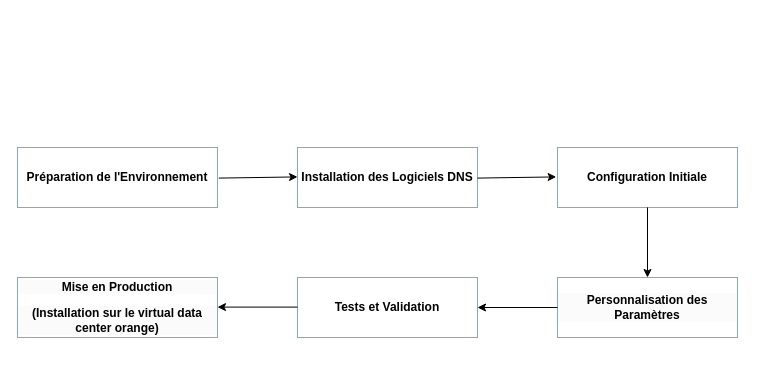
This is Installation&configuration.drawio from eya-harbaoui/Diagramms, a draw.io file, before an edit. Source tidied: cells renumbered, new cells numbered last; positions are measured from the earlier drawing's top-left corner, leaving out a move shared by most shapes. Both pictures are drawn from the tidied source at 100%, with x=0, y=0 at pixel (17, 17).
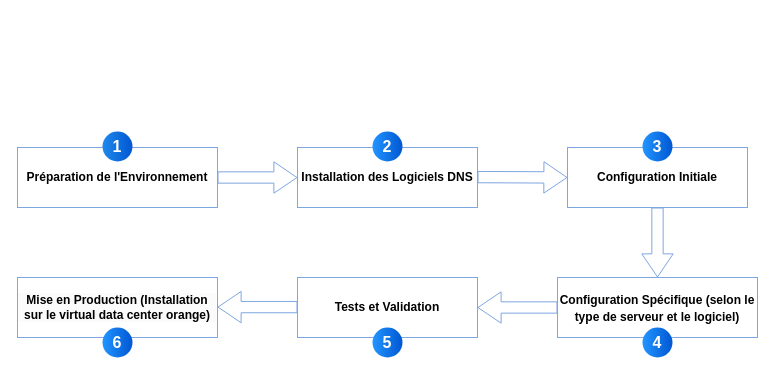
The same diagram, later.

Commit message (it also covers changes not shown here):
Mettre à jour Installation&configuration.drawio

The change refers to these unchanged cells:
```xml
<mxCell id="2" value="&lt;p&gt;&lt;strong&gt;Préparation de l'Environnement&lt;/strong&gt;&lt;/p&gt;" style="rounded=0;whiteSpace=wrap;html=1;strokeColor=#7EA6E0;" parent="1" vertex="1">
  <mxGeometry y="130" width="200" height="60" as="geometry" />
</mxCell>
<mxCell id="3" value="&lt;p&gt;&lt;strong&gt;Installation des Logiciels DNS&lt;/strong&gt;&lt;/p&gt;" style="rounded=0;whiteSpace=wrap;html=1;strokeColor=#7EA6E0;" parent="1" vertex="1">
  <mxGeometry x="280" y="130" width="180" height="60" as="geometry" />
</mxCell>
<mxCell id="7" value="&lt;p&gt;&lt;/p&gt;&lt;ul style=&quot;forced-color-adjust: none; color: rgb(0, 0, 0); font-family: Helvetica; font-size: 12px; font-style: normal; font-variant-ligatures: normal; font-variant-caps: normal; font-weight: 400; letter-spacing: normal; orphans: 2; text-align: left; text-indent: 0px; text-transform: none; widows: 2; word-spacing: 0px; -webkit-text-stroke-width: 0px; white-space: normal; background-color: rgb(251, 251, 251); text-decoration-thickness: initial; text-decoration-style: initial; text-decoration-color: initial;&quot;&gt;&lt;/ul&gt;&lt;p&gt;&lt;/p&gt;&lt;p&gt;&lt;strong&gt;Tests et Validation&lt;/strong&gt;&lt;/p&gt;" style="rounded=0;whiteSpace=wrap;html=1;strokeColor=#7EA6E0;" parent="1" vertex="1">
  <mxGeometry x="280" y="260" width="180" height="60" as="geometry" />
</mxCell>
```

Diff of the diagram source:
```diff
@@
     <mxCell id="4" value="&lt;p&gt;&lt;strong&gt;Configuration Initiale&lt;/strong&gt;&lt;/p&gt;" style="rounded=0;whiteSpace=wrap;html=1;strokeColor=#7EA6E0;" parent="1" vertex="1">
-      <mxGeometry x="540" y="130" width="180" height="60" as="geometry" />
+      <mxGeometry x="550" y="130" width="180" height="60" as="geometry" />
     </mxCell>
@@
-    <mxCell id="6" value="&lt;p&gt;&lt;/p&gt;&lt;ul style=&quot;forced-color-adjust: none; color: rgb(0, 0, 0); font-family: Helvetica; font-size: 12px; font-style: normal; font-variant-ligatures: normal; font-variant-caps: normal; font-weight: 400; letter-spacing: normal; orphans: 2; text-align: left; text-indent: 0px; text-transform: none; widows: 2; word-spacing: 0px; -webkit-text-stroke-width: 0px; white-space: normal; background-color: rgb(251, 251, 251); text-decoration-thickness: initial; text-decoration-style: initial; text-decoration-color: initial;&quot;&gt;&lt;/ul&gt;&lt;p&gt;&lt;/p&gt;&lt;p style=&quot;forced-color-adjust: none; color: rgb(0, 0, 0); font-family: Helvetica; font-size: 12px; font-style: normal; font-variant-ligatures: normal; font-variant-caps: normal; font-weight: 400; letter-spacing: normal; orphans: 2; text-indent: 0px; text-transform: none; widows: 2; word-spacing: 0px; -webkit-text-stroke-width: 0px; white-space: normal; background-color: rgb(251, 251, 251); text-decoration-thickness: initial; text-decoration-style: initial; text-decoration-color: initial;&quot;&gt;&lt;strong style=&quot;forced-color-adjust: none;&quot;&gt;Personnalisation des Paramètres&lt;/strong&gt;&lt;/p&gt;" style="rounded=0;whiteSpace=wrap;html=1;strokeColor=#7EA6E0;" parent="1" vertex="1">
-      <mxGeometry x="540" y="260" width="180" height="60" as="geometry" />
+    <mxCell id="6" value="&lt;p&gt;&lt;/p&gt;&lt;ul style=&quot;forced-color-adjust: none; color: rgb(0, 0, 0); font-family: Helvetica; font-size: 12px; font-style: normal; font-variant-ligatures: normal; font-variant-caps: normal; font-weight: 400; letter-spacing: normal; orphans: 2; text-align: left; text-indent: 0px; text-transform: none; widows: 2; word-spacing: 0px; -webkit-text-stroke-width: 0px; white-space: normal; background-color: rgb(251, 251, 251); text-decoration-thickness: initial; text-decoration-style: initial; text-decoration-color: initial;&quot;&gt;&lt;/ul&gt;&lt;p&gt;&lt;/p&gt;&lt;p style=&quot;forced-color-adjust: none; color: rgb(0, 0, 0); font-family: Helvetica; font-size: 12px; font-style: normal; font-variant-ligatures: normal; font-variant-caps: normal; font-weight: 400; letter-spacing: normal; orphans: 2; text-indent: 0px; text-transform: none; widows: 2; word-spacing: 0px; -webkit-text-stroke-width: 0px; white-space: normal; background-color: rgb(251, 251, 251); text-decoration-thickness: initial; text-decoration-style: initial; text-decoration-color: initial;&quot;&gt;&lt;/p&gt;&lt;p&gt;&lt;/p&gt;&lt;p&gt;&lt;/p&gt;&lt;h3&gt;&lt;strong&gt;&lt;font style=&quot;font-size: 12px;&quot;&gt;Configuration Spécifique (selon le type de serveur et le logiciel)&lt;/font&gt;&lt;/strong&gt;&lt;/h3&gt;" style="rounded=0;whiteSpace=wrap;html=1;strokeColor=#7EA6E0;" parent="1" vertex="1">
+      <mxGeometry x="540" y="260" width="200" height="60" as="geometry" />
     </mxCell>
@@
-    <mxCell id="8" value="&lt;p&gt;&lt;/p&gt;&lt;ul style=&quot;forced-color-adjust: none; color: rgb(0, 0, 0); font-family: Helvetica; font-size: 12px; font-style: normal; font-variant-ligatures: normal; font-variant-caps: normal; font-weight: 400; letter-spacing: normal; orphans: 2; text-align: left; text-indent: 0px; text-transform: none; widows: 2; word-spacing: 0px; -webkit-text-stroke-width: 0px; white-space: normal; background-color: rgb(251, 251, 251); text-decoration-thickness: initial; text-decoration-style: initial; text-decoration-color: initial;&quot;&gt;&lt;/ul&gt;&lt;p&gt;&lt;/p&gt;&lt;p&gt;&lt;/p&gt;&lt;ul style=&quot;forced-color-adjust: none; color: rgb(0, 0, 0); font-family: Helvetica; font-size: 12px; font-style: normal; font-variant-ligatures: normal; font-variant-caps: normal; font-weight: 400; letter-spacing: normal; orphans: 2; text-align: left; text-indent: 0px; text-transform: none; widows: 2; word-spacing: 0px; -webkit-text-stroke-width: 0px; white-space: normal; background-color: rgb(251, 251, 251); text-decoration-thickness: initial; text-decoration-style: initial; text-decoration-color: initial;&quot;&gt;&lt;/ul&gt;&lt;p&gt;&lt;/p&gt;&lt;p style=&quot;forced-color-adjust: none; color: rgb(0, 0, 0); font-family: Helvetica; font-size: 12px; font-style: normal; font-variant-ligatures: normal; font-variant-caps: normal; font-weight: 400; letter-spacing: normal; orphans: 2; text-indent: 0px; text-transform: none; widows: 2; word-spacing: 0px; -webkit-text-stroke-width: 0px; white-space: normal; background-color: rgb(251, 251, 251); text-decoration-thickness: initial; text-decoration-style: initial; text-decoration-color: initial;&quot;&gt;&lt;strong style=&quot;forced-color-adjust: none;&quot;&gt;Mise en Production&lt;/strong&gt;&lt;/p&gt;&lt;p style=&quot;forced-color-adjust: none; color: rgb(0, 0, 0); font-family: Helvetica; font-size: 12px; font-style: normal; font-variant-ligatures: normal; font-variant-caps: normal; font-weight: 400; letter-spacing: normal; orphans: 2; text-indent: 0px; text-transform: none; widows: 2; word-spacing: 0px; -webkit-text-stroke-width: 0px; white-space: normal; background-color: rgb(251, 251, 251); text-decoration-thickness: initial; text-decoration-style: initial; text-decoration-color: initial;&quot;&gt;&lt;strong style=&quot;forced-color-adjust: none;&quot;&gt;(Installation sur le virtual data center orange)&lt;/strong&gt;&lt;/p&gt;" style="rounded=0;whiteSpace=wrap;html=1;strokeColor=#7EA6E0;" parent="1" vertex="1">
+    <mxCell id="8" value="&lt;p&gt;&lt;/p&gt;&lt;ul style=&quot;forced-color-adjust: none; color: rgb(0, 0, 0); font-family: Helvetica; font-size: 12px; font-style: normal; font-variant-ligatures: normal; font-variant-caps: normal; font-weight: 400; letter-spacing: normal; orphans: 2; text-align: left; text-indent: 0px; text-transform: none; widows: 2; word-spacing: 0px; -webkit-text-stroke-width: 0px; white-space: normal; background-color: rgb(251, 251, 251); text-decoration-thickness: initial; text-decoration-style: initial; text-decoration-color: initial;&quot;&gt;&lt;/ul&gt;&lt;p&gt;&lt;/p&gt;&lt;p&gt;&lt;/p&gt;&lt;ul style=&quot;forced-color-adjust: none; color: rgb(0, 0, 0); font-family: Helvetica; font-size: 12px; font-style: normal; font-variant-ligatures: normal; font-variant-caps: normal; font-weight: 400; letter-spacing: normal; orphans: 2; text-align: left; text-indent: 0px; text-transform: none; widows: 2; word-spacing: 0px; -webkit-text-stroke-width: 0px; white-space: normal; background-color: rgb(251, 251, 251); text-decoration-thickness: initial; text-decoration-style: initial; text-decoration-color: initial;&quot;&gt;&lt;/ul&gt;&lt;p&gt;&lt;/p&gt;&lt;p style=&quot;forced-color-adjust: none; color: rgb(0, 0, 0); font-family: Helvetica; font-size: 12px; font-style: normal; font-variant-ligatures: normal; font-variant-caps: normal; font-weight: 400; letter-spacing: normal; orphans: 2; text-indent: 0px; text-transform: none; widows: 2; word-spacing: 0px; -webkit-text-stroke-width: 0px; white-space: normal; background-color: rgb(251, 251, 251); text-decoration-thickness: initial; text-decoration-style: initial; text-decoration-color: initial;&quot;&gt;&lt;strong style=&quot;forced-color-adjust: none;&quot;&gt;Mise en Production&amp;nbsp;&lt;/strong&gt;&lt;strong&gt;(Installation sur le virtual data center orange)&lt;/strong&gt;&lt;/p&gt;" style="rounded=0;whiteSpace=wrap;html=1;strokeColor=#7EA6E0;" parent="1" vertex="1">
       <mxGeometry y="260" width="200" height="60" as="geometry" />
     </mxCell>
-    <mxCell id="9" style="endArrow=classic;html=1;rounded=0;entryX=-0.007;entryY=0.379;entryDx=0;entryDy=0;entryPerimeter=0;" parent="1" edge="1">
-      <mxGeometry relative="1" as="geometry">
-        <mxPoint x="201.3" y="160.6" as="sourcePoint" />
-        <mxPoint x="280" y="159.4" as="targetPoint" />
-      </mxGeometry>
-    </mxCell>
-    <mxCell id="10" style="endArrow=classic;html=1;rounded=0;entryX=-0.007;entryY=0.379;entryDx=0;entryDy=0;entryPerimeter=0;" parent="1" edge="1">
-      <mxGeometry relative="1" as="geometry">
-        <mxPoint x="460" y="160.6" as="sourcePoint" />
-        <mxPoint x="538.7" y="159.4" as="targetPoint" />
-      </mxGeometry>
-    </mxCell>
+    <mxCell id="14" style="shape=flexArrow;endArrow=classic;html=1;rounded=0;exitX=1;exitY=0.5;exitDx=0;exitDy=0;entryX=0;entryY=0.5;entryDx=0;entryDy=0;width=11.304347826086957;endSize=7.373913043478262;endWidth=19.054820415879018;strokeColor=#7EA6E0;" parent="1" edge="1" source="2" target="3">
+      <mxGeometry relative="1" as="geometry" />
+    </mxCell>
+    <mxCell id="15" style="shape=flexArrow;endArrow=classic;html=1;rounded=0;exitX=1;exitY=0.5;exitDx=0;exitDy=0;entryX=0;entryY=0.5;entryDx=0;entryDy=0;width=11.304347826086957;endSize=7.373913043478262;endWidth=19.054820415879018;strokeColor=#7EA6E0;" parent="1" edge="1" target="4">
+      <mxGeometry relative="1" as="geometry">
+        <mxPoint x="460" y="159.6" as="sourcePoint" />
+      </mxGeometry>
+    </mxCell>
-    <mxCell id="11" style="endArrow=classic;html=1;rounded=0;entryX=0.5;entryY=0;entryDx=0;entryDy=0;exitX=0.5;exitY=1;exitDx=0;exitDy=0;" parent="1" edge="1" source="4" target="6">
+    <mxCell id="11" style="shape=flexArrow;endArrow=classic;html=1;rounded=0;exitX=0.5;exitY=1;exitDx=0;exitDy=0;entryX=0.5;entryY=0;entryDx=0;entryDy=0;width=11.304347826086957;endSize=7.373913043478262;endWidth=19.054820415879018;exitPerimeter=0;strokeColor=#7EA6E0;" parent="1" edge="1" source="4" target="6">
       <mxGeometry relative="1" as="geometry" />
     </mxCell>
-    <mxCell id="12" style="endArrow=classic;html=1;rounded=0;entryX=1;entryY=0.5;entryDx=0;entryDy=0;exitX=0;exitY=0.5;exitDx=0;exitDy=0;" parent="1" edge="1" source="6" target="7">
+    <mxCell id="12" style="shape=flexArrow;endArrow=classic;html=1;rounded=0;exitX=0;exitY=0.5;exitDx=0;exitDy=0;entryX=1;entryY=0.5;entryDx=0;entryDy=0;width=11.304347826086957;endSize=7.373913043478262;endWidth=19.054820415879018;strokeColor=#7EA6E0;" parent="1" edge="1" source="6" target="7">
       <mxGeometry relative="1" as="geometry" />
     </mxCell>
-    <mxCell id="13" style="endArrow=classic;html=1;rounded=0;entryX=1;entryY=0.5;entryDx=0;entryDy=0;exitX=0;exitY=0.5;exitDx=0;exitDy=0;" parent="1" edge="1">
-      <mxGeometry relative="1" as="geometry">
-        <mxPoint x="280" y="289.6" as="sourcePoint" />
-        <mxPoint x="200" y="289.6" as="targetPoint" />
-      </mxGeometry>
-    </mxCell>
+    <mxCell id="16" style="shape=flexArrow;endArrow=classic;html=1;rounded=0;exitX=0;exitY=0.5;exitDx=0;exitDy=0;entryX=1;entryY=0.5;entryDx=0;entryDy=0;width=11.304347826086957;endSize=7.373913043478262;endWidth=19.054820415879018;strokeColor=#7EA6E0;" parent="1" edge="1">
+      <mxGeometry relative="1" as="geometry">
+        <mxPoint x="280" y="289.6" as="sourcePoint" />
+        <mxPoint x="200" y="289.6" as="targetPoint" />
+      </mxGeometry>
+    </mxCell>
+    <mxCell id="17" value="1" style="ellipse;whiteSpace=wrap;html=1;rotation=0;gradientColor=#0057D2;strokeColor=none;gradientDirection=east;fillColor=#2089EB;rounded=0;fontFamily=Helvetica;fontSize=16;fontColor=#FFFFFF;spacingTop=4;spacingBottom=4;spacingLeft=4;spacingRight=4;fontStyle=1;" parent="1" vertex="1">
+      <mxGeometry x="85" y="114" width="30" height="30" as="geometry" />
+    </mxCell>
+    <mxCell id="18" value="2" style="ellipse;whiteSpace=wrap;html=1;rotation=0;gradientColor=#0057D2;strokeColor=none;gradientDirection=east;fillColor=#2395FF;rounded=0;fontFamily=Helvetica;fontSize=16;fontColor=#FFFFFF;spacingTop=4;spacingBottom=4;spacingLeft=4;spacingRight=4;fontStyle=1;" parent="1" vertex="1">
+      <mxGeometry x="355" y="114" width="30" height="30" as="geometry" />
+    </mxCell>
+    <mxCell id="19" value="3" style="ellipse;whiteSpace=wrap;html=1;rotation=0;gradientColor=#0057D2;strokeColor=none;gradientDirection=east;fillColor=#2395FF;rounded=0;fontFamily=Helvetica;fontSize=16;fontColor=#FFFFFF;spacingTop=4;spacingBottom=4;spacingLeft=4;spacingRight=4;fontStyle=1;" parent="1" vertex="1">
+      <mxGeometry x="625" y="114" width="30" height="30" as="geometry" />
+    </mxCell>
+    <mxCell id="20" value="4" style="ellipse;whiteSpace=wrap;html=1;rotation=0;gradientColor=#0057D2;strokeColor=none;gradientDirection=east;fillColor=#2395FF;rounded=0;fontFamily=Helvetica;fontSize=16;fontColor=#FFFFFF;spacingTop=4;spacingBottom=4;spacingLeft=4;spacingRight=4;fontStyle=1;" parent="1" vertex="1">
+      <mxGeometry x="625" y="310" width="30" height="30" as="geometry" />
+    </mxCell>
+    <mxCell id="21" value="5" style="ellipse;whiteSpace=wrap;html=1;rotation=0;gradientColor=#0057D2;strokeColor=none;gradientDirection=east;fillColor=#2395FF;rounded=0;fontFamily=Helvetica;fontSize=16;fontColor=#FFFFFF;spacingTop=4;spacingBottom=4;spacingLeft=4;spacingRight=4;fontStyle=1;" parent="1" vertex="1">
+      <mxGeometry x="355" y="310" width="30" height="30" as="geometry" />
+    </mxCell>
+    <mxCell id="22" value="6" style="ellipse;whiteSpace=wrap;html=1;rotation=0;gradientColor=#0057D2;strokeColor=none;gradientDirection=east;fillColor=#2395FF;rounded=0;fontFamily=Helvetica;fontSize=16;fontColor=#FFFFFF;spacingTop=4;spacingBottom=4;spacingLeft=4;spacingRight=4;fontStyle=1;" parent="1" vertex="1">
+      <mxGeometry x="85" y="310" width="30" height="30" as="geometry" />
+    </mxCell>
```
